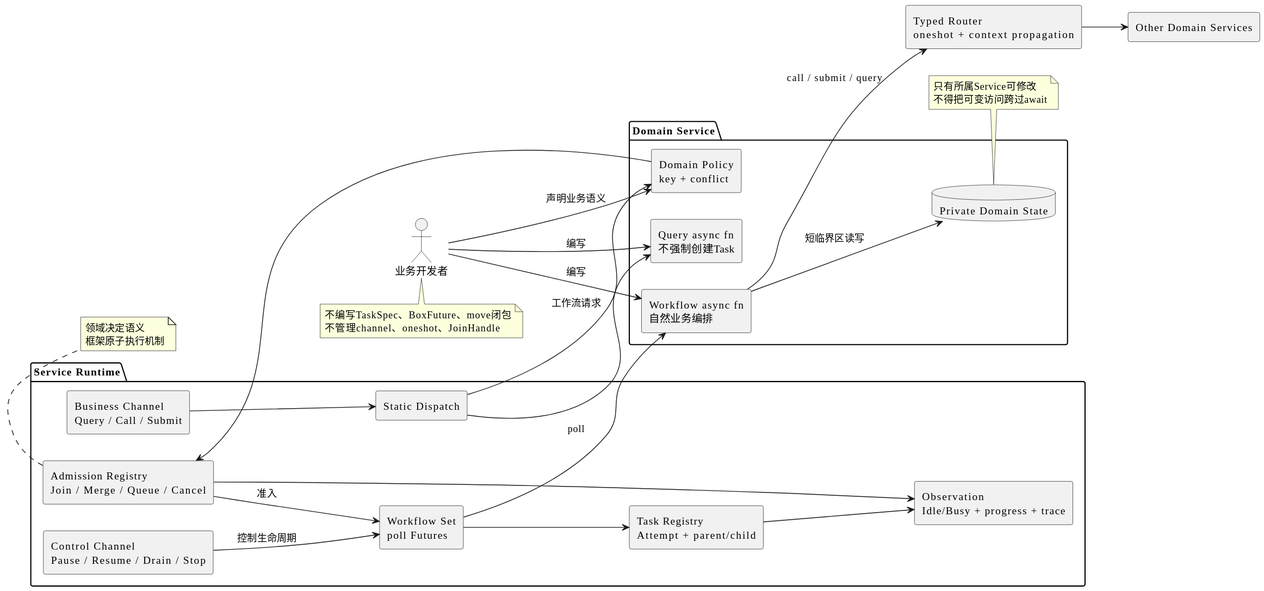
Before: pool-control-plane-baseline/assets/service-runtime-contract.svg, a diagram exported from PlantUML (limushu/runtime).
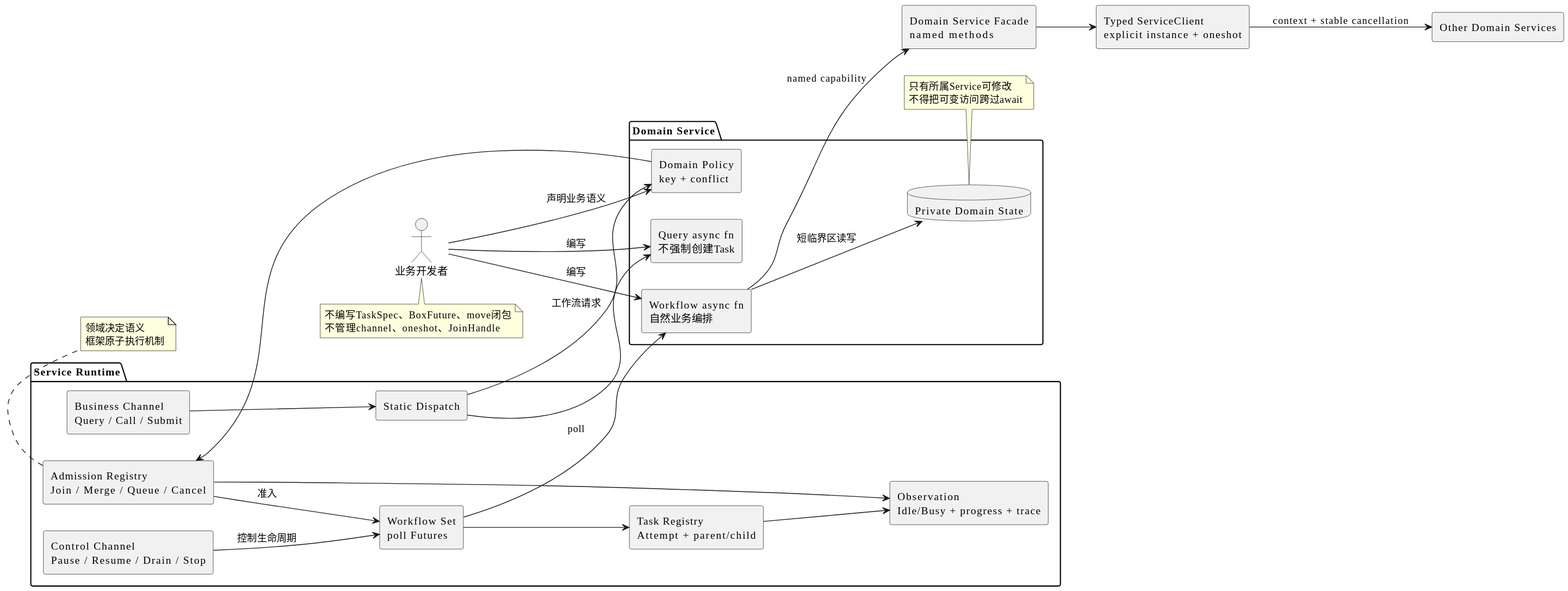
Later version of the same file.

Diff of the diagram source:
```diff
@@ -24,7 +24,8 @@
   component "Observation\nIdle/Busy + progress + trace" as Observation
 }
 
-component "Typed Router\noneshot + context propagation" as Router
+component "Domain Service Facade\nnamed methods" as Facade
+component "Typed ServiceClient\nexplicit instance + oneshot" as Client
 component "Other Domain Services" as Other
 
 Developer --> Query : 编写
@@ -38,8 +39,9 @@
 Admission --> Futures : 准入
 Futures --> Workflow : poll
 Workflow --> State : 短临界区读写
-Workflow --> Router : call / submit / query
-Router --> Other
+Workflow --> Facade : named capability
+Facade --> Client
+Client --> Other : context + stable cancellation
 Futures --> Tasks
 Tasks --> Observation
 Admission --> Observation
```
